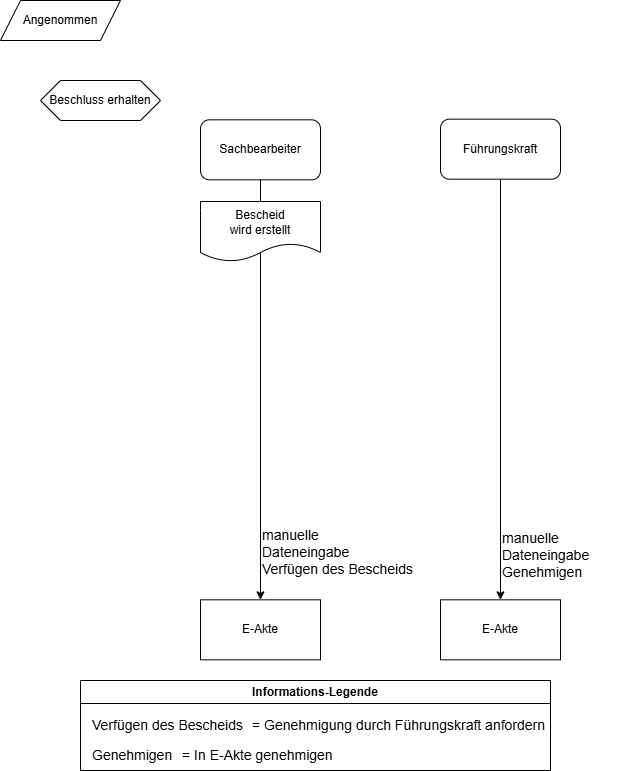
This is docs/src/about/dataflow-diagram/Angenommen-state.png from it-at-m/stadtbezirksbudget, a draw.io export, as it was before one commit. Source tidied: cells renumbered, new cells last; positions are measured from the earlier drawing's top-left corner, leaving out a move shared by most shapes.
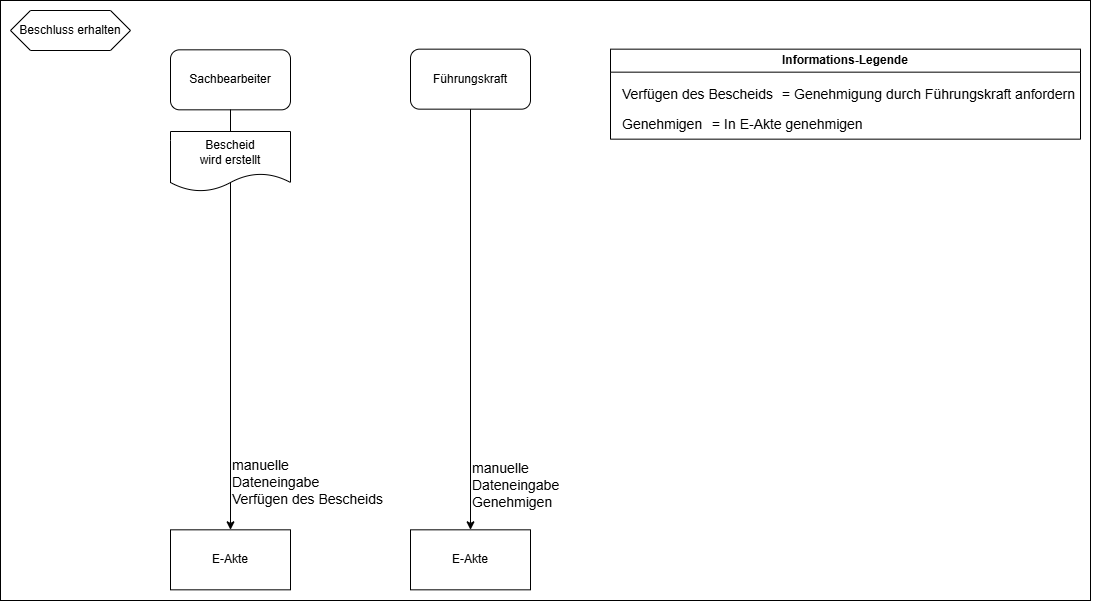
After the commit.

Change to the diagram source:
```diff
@@ -5,14 +5,11 @@
     <mxCell id="2" value="Beschluss erhalten" style="shape=hexagon;perimeter=hexagonPerimeter2;whiteSpace=wrap;html=1;fixedSize=1;" parent="1" vertex="1">
       <mxGeometry x="40" y="80" width="120" height="40" as="geometry" />
     </mxCell>
-    <mxCell id="3" value="Angenommen" style="shape=parallelogram;perimeter=parallelogramPerimeter;whiteSpace=wrap;html=1;fixedSize=1;" parent="1" vertex="1">
-      <mxGeometry width="120" height="40" as="geometry" />
-    </mxCell>
     <mxCell id="4" value="Sachbearbeiter" style="rounded=1;whiteSpace=wrap;html=1;" parent="1" vertex="1">
       <mxGeometry x="200" y="119.3" width="120" height="60" as="geometry" />
     </mxCell>
     <mxCell id="5" value="Informations-Legende" style="swimlane;whiteSpace=wrap;html=1;" parent="1" vertex="1">
-      <mxGeometry x="80" y="680" width="470" height="90" as="geometry" />
+      <mxGeometry x="640" y="118.7" width="470" height="90" as="geometry" />
     </mxCell>
     <mxCell id="6" value="&lt;font style=&quot;font-size: 14px;&quot;&gt;=&lt;/font&gt;&lt;span style=&quot;font-size: 14px;&quot;&gt;&amp;nbsp;Genehmigung durch Führungskraft anfordern&lt;/span&gt;" style="text;html=1;align=left;verticalAlign=middle;strokeColor=none;fillColor=none;" parent="5" vertex="1">
       <mxGeometry x="170" y="30" width="320" height="30" as="geometry" />
@@ -53,5 +50,8 @@
     <mxCell id="17" value="Bescheid&lt;div&gt;wird erstellt&lt;/div&gt;" style="shape=document;whiteSpace=wrap;html=1;boundedLbl=1;" parent="1" vertex="1">
       <mxGeometry x="200" y="201" width="120" height="60" as="geometry" />
     </mxCell>
+    <mxCell id="18" style="rounded=0;whiteSpace=wrap;html=1;fillColor=none;" parent="1" vertex="1">
+      <mxGeometry x="30" y="70" width="1090" height="600" as="geometry" />
+    </mxCell>
   </root>
 </mxGraphModel>
```
